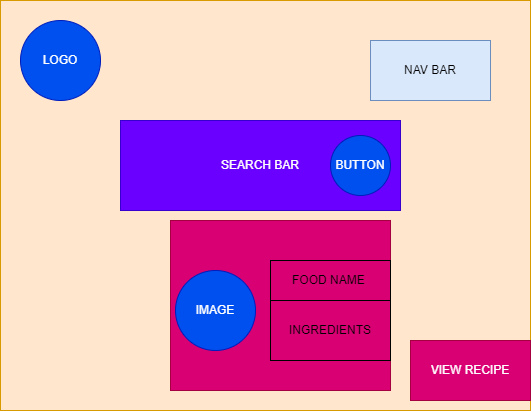
The draw.io diagram Recipe finder low fidelity prototype.drawio.png in Mbenka22/alx_capstone_project, before a commit. Source tidied: cells renumbered, new cells last; positions are measured from the earlier drawing's top-left corner, leaving out a move shared by most shapes.
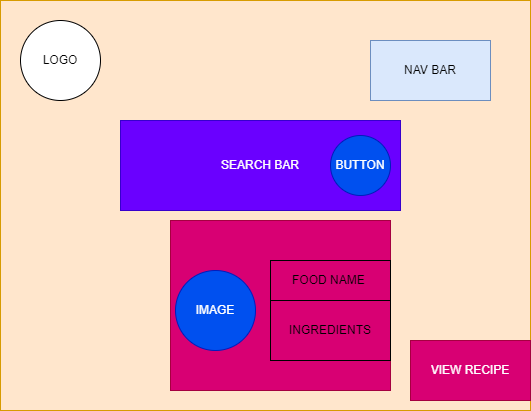
After the change.

Diff of the diagram source:
```diff
@@ -5,7 +5,7 @@
     <mxCell id="2" style="rounded=0;whiteSpace=wrap;html=1;fillColor=#ffe6cc;strokeColor=#d79b00;" parent="1" vertex="1">
       <mxGeometry width="530" height="410" as="geometry" />
     </mxCell>
-    <mxCell id="3" value="LOGO" style="ellipse;whiteSpace=wrap;html=1;fillColor=#0050ef;fontColor=#ffffff;strokeColor=#001DBC;" parent="1" vertex="1">
+    <mxCell id="3" value="LOGO" style="ellipse;whiteSpace=wrap;html=1;" parent="1" vertex="1">
       <mxGeometry x="20" y="20" width="80" height="80" as="geometry" />
     </mxCell>
     <mxCell id="4" value="NAV BAR" style="rounded=0;whiteSpace=wrap;html=1;fillColor=#dae8fc;strokeColor=#6c8ebf;" parent="1" vertex="1">
```
